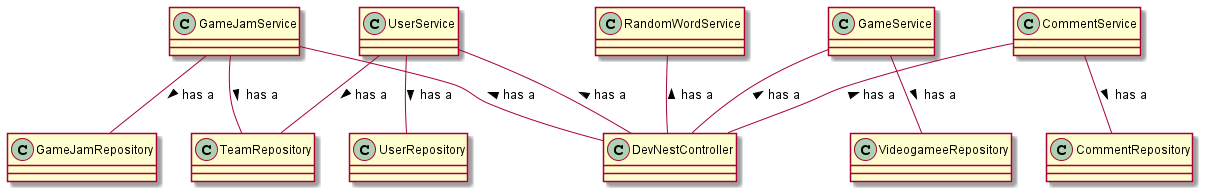
This is devNest/src/main/resources/static/PlantUML_Files/devNest.png from darkops96/devNest, a PlantUML export, as it was before one commit. Source of this version:
```plantuml
@startuml devNest

GameJamService -- GameJamRepository : > has a
GameJamService -- TeamRepository : > has a
GameJamService -- DevNestController : < has a

GameService -- VideogameeRepository : > has a
GameService -- DevNestController : < has a

RandomWordService -- DevNestController : < has a

UserService -- UserRepository : > has a
UserService -- TeamRepository : > has a
UserService -- DevNestController : < has a

CommentService -- CommentRepository : > has a
CommentService -- DevNestController : < has a
@enduml
```
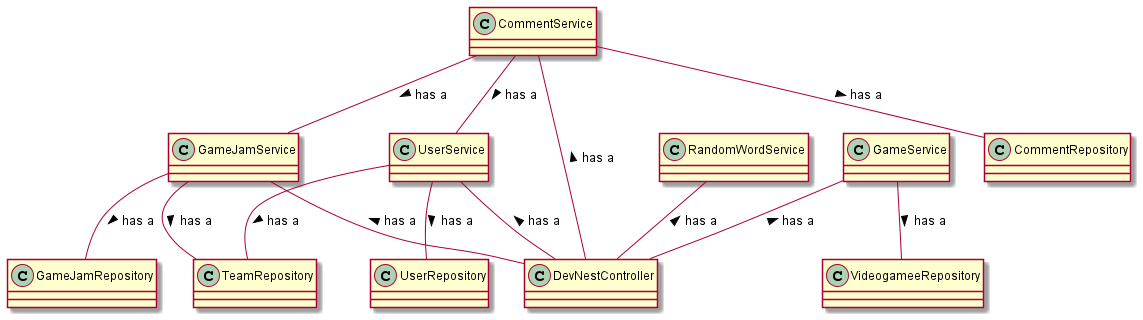
Above is the later version.

What changed in the source:
```diff
@@ -14,5 +14,7 @@
 UserService -- DevNestController : < has a
 
 CommentService -- CommentRepository : > has a
+CommentService -- UserService : > has a
+CommentService -- GameJamService : > has a
 CommentService -- DevNestController : < has a
 @enduml
```
